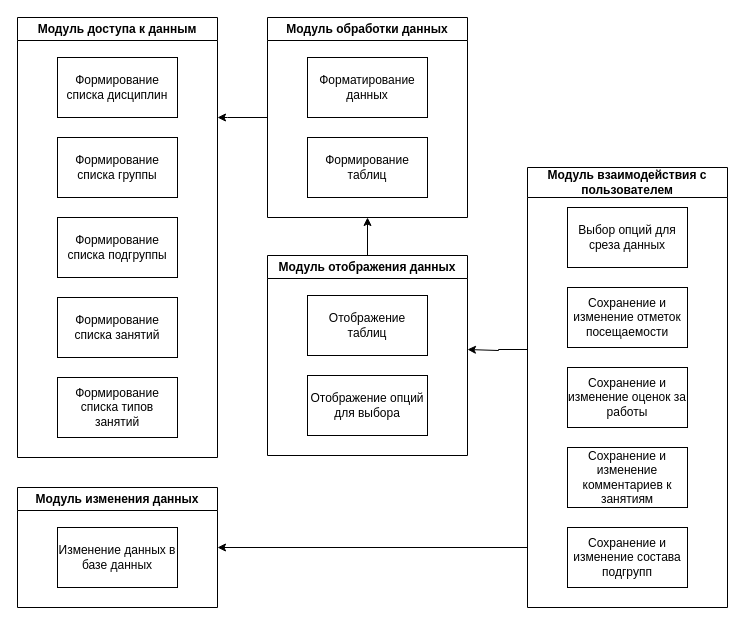
Before: page "Модули" (2 of 2) of ВКР/drawio/MVC.drawio in kuskas112/Labs, a draw.io diagram. Source tidied: cells renumbered, new cells numbered last; positions are measured from the earlier drawing's top-left corner, leaving out a move shared by most shapes. Both pictures are drawn from the tidied source at 100%, with x=0, y=0 at pixel (17, 17).
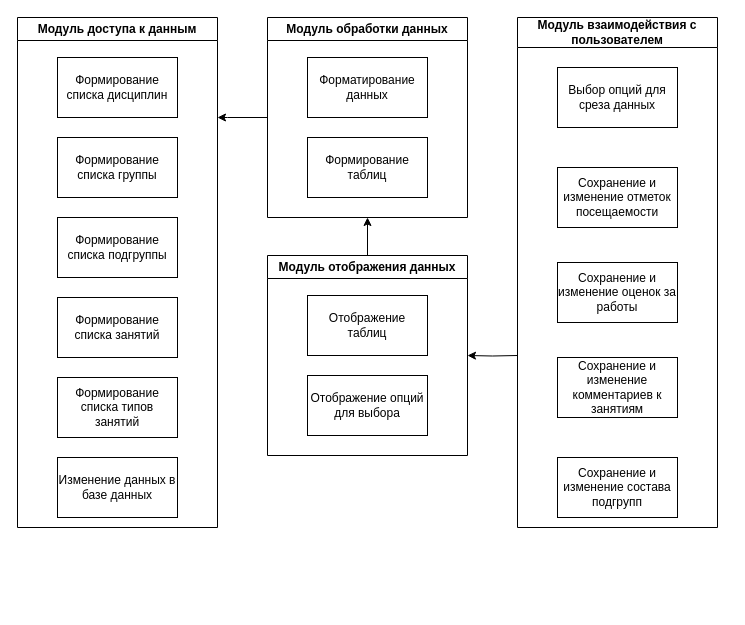
After the change.

Unchanged cells that the change refers to:
```xml
<mxCell id="13" value="Модуль отображения данных" style="swimlane;whiteSpace=wrap;html=1;" parent="1" vertex="1">
  <mxGeometry x="250" y="238" width="200" height="200" as="geometry" />
</mxCell>
```

Change to the diagram source:
```diff
@@
     <mxCell id="2" value="Модуль доступа к данным" style="swimlane;whiteSpace=wrap;html=1;" parent="1" vertex="1">
-      <mxGeometry width="200" height="440" as="geometry" />
+      <mxGeometry width="200" height="510" as="geometry" />
     </mxCell>
@@
+    <mxCell id="25" value="Изменение данных в базе данных" style="rounded=0;whiteSpace=wrap;html=1;" parent="2" vertex="1">
+      <mxGeometry x="40" y="440" width="120" height="60" as="geometry" />
+    </mxCell>
@@
-    <mxCell id="16" style="edgeStyle=orthogonalEdgeStyle;rounded=0;orthogonalLoop=1;jettySize=auto;html=1;" parent="1" edge="1">
-      <mxGeometry relative="1" as="geometry">
-        <mxPoint x="510" y="332" as="sourcePoint" />
-        <mxPoint x="450" y="332" as="targetPoint" />
-        <Array as="points">
-          <mxPoint x="481" y="332" />
-          <mxPoint x="481" y="333" />
-        </Array>
-      </mxGeometry>
-    </mxCell>
-    <mxCell id="17" style="edgeStyle=orthogonalEdgeStyle;rounded=0;jettySize=auto;html=1;exitX=0;exitY=0.75;exitDx=0;exitDy=0;" parent="1" edge="1" source="18" target="24">
-      <mxGeometry relative="1" as="geometry">
-        <Array as="points">
-          <mxPoint x="510" y="530" />
-        </Array>
-      </mxGeometry>
-    </mxCell>
+    <mxCell id="26" style="edgeStyle=orthogonalEdgeStyle;rounded=0;jettySize=auto;html=1;" parent="1" edge="1" target="13">
+      <mxGeometry relative="1" as="geometry">
+        <mxPoint x="500" y="338" as="sourcePoint" />
+      </mxGeometry>
+    </mxCell>
     <mxCell id="18" value="Модуль взаимодействия с пользователем" style="swimlane;whiteSpace=wrap;html=1;startSize=30;" parent="1" vertex="1">
-      <mxGeometry x="510" y="150" width="200" height="440" as="geometry" />
+      <mxGeometry x="500" width="200" height="510" as="geometry" />
     </mxCell>
     <mxCell id="19" value="Выбор опций для среза данных" style="rounded=0;whiteSpace=wrap;html=1;" parent="18" vertex="1">
-      <mxGeometry x="40" y="40" width="120" height="60" as="geometry" />
+      <mxGeometry x="40" y="50" width="120" height="60" as="geometry" />
     </mxCell>
     <mxCell id="20" value="Сохранение и изменение отметок посещаемости" style="rounded=0;whiteSpace=wrap;html=1;" parent="18" vertex="1">
-      <mxGeometry x="40" y="120" width="120" height="60" as="geometry" />
+      <mxGeometry x="40" y="150" width="120" height="60" as="geometry" />
     </mxCell>
     <mxCell id="21" value="Сохранение и изменение оценок за работы" style="rounded=0;whiteSpace=wrap;html=1;" parent="18" vertex="1">
-      <mxGeometry x="40" y="200" width="120" height="60" as="geometry" />
+      <mxGeometry x="40" y="245" width="120" height="60" as="geometry" />
     </mxCell>
     <mxCell id="22" value="Сохранение и изменение комментариев к занятиям" style="rounded=0;whiteSpace=wrap;html=1;" parent="18" vertex="1">
-      <mxGeometry x="40" y="280" width="120" height="60" as="geometry" />
+      <mxGeometry x="40" y="340" width="120" height="60" as="geometry" />
     </mxCell>
     <mxCell id="23" value="Сохранение и изменение состава подгрупп" style="rounded=0;whiteSpace=wrap;html=1;" parent="18" vertex="1">
-      <mxGeometry x="40" y="360" width="120" height="60" as="geometry" />
+      <mxGeometry x="40" y="440" width="120" height="60" as="geometry" />
     </mxCell>
-    <mxCell id="24" value="Модуль изменения данных" style="swimlane;whiteSpace=wrap;html=1;" parent="1" vertex="1">
-      <mxGeometry y="470" width="200" height="120" as="geometry" />
-    </mxCell>
-    <mxCell id="25" value="Изменение данных в базе данных" style="rounded=0;whiteSpace=wrap;html=1;" parent="24" vertex="1">
-      <mxGeometry x="40" y="40" width="120" height="60" as="geometry" />
-    </mxCell>
```
